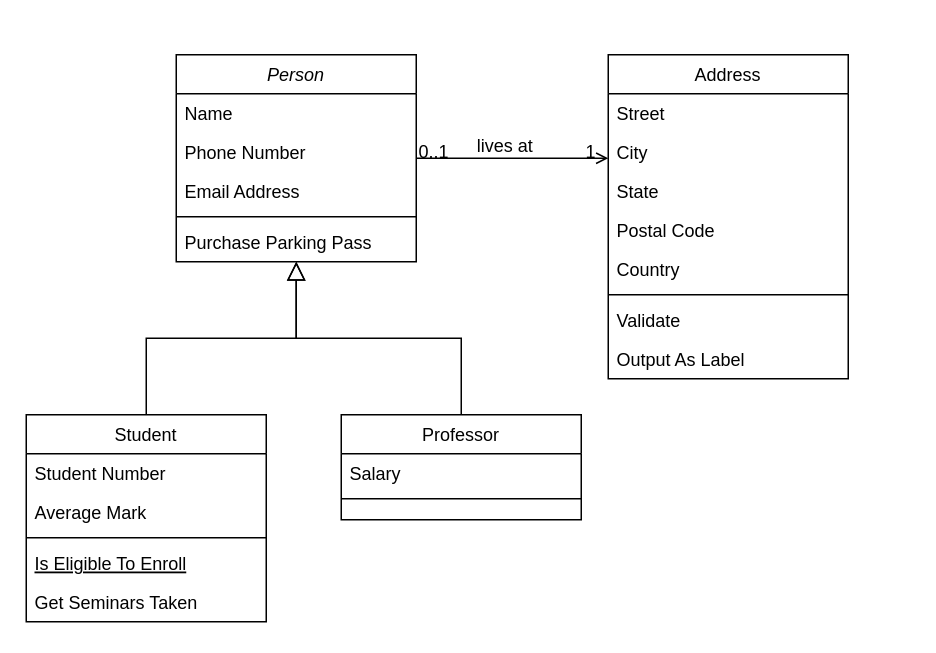
This is DiagrammeMonopoly.drawio from ECN-SEC-SMP/tp6-note-Kortam_Seye_Small_Soulard, a draw.io file, before an edit. Source tidied: cells renumbered, new cells numbered last; positions are measured from the earlier drawing's top-left corner, leaving out a move shared by most shapes. Both pictures are drawn from the tidied source at 150%, with x=0, y=0 at pixel (26, 54).
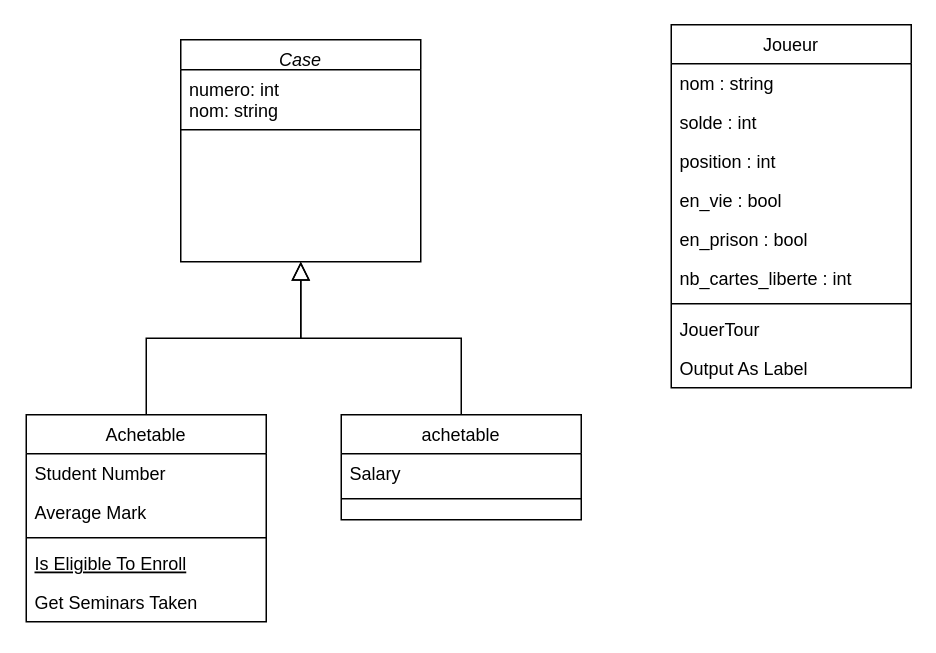
The same page after the edit.

Commit message (it also covers changes not shown here):
Mettre à jour DiagrammeMonopoly.drawio

What changed in the source:
```diff
@@
-    <mxCell id="2" value="Person" style="swimlane;fontStyle=2;align=center;verticalAlign=top;horizontal=1;startSize=26;rounded=0;shadow=0;strokeWidth=1;" parent="1" vertex="1">
-      <mxGeometry x="100" width="160" height="138" as="geometry" />
+    <mxCell id="2" value="Case" style="swimlane;fontStyle=2;align=center;verticalAlign=top;horizontal=1;startSize=20;rounded=0;shadow=0;strokeWidth=1;" parent="1" vertex="1">
+      <mxGeometry x="103" y="-10" width="160" height="148" as="geometry" />
     </mxCell>
-    <mxCell id="3" value="Name" style="text;align=left;verticalAlign=top;spacingLeft=4;spacingRight=4;overflow=hidden;" parent="2" vertex="1">
-      <mxGeometry y="26" width="160" height="26" as="geometry" />
+    <mxCell id="3" value="numero: int&#10;nom: string" style="text;align=left;verticalAlign=top;spacingLeft=4;spacingRight=4;overflow=hidden;" parent="2" vertex="1">
+      <mxGeometry y="20" width="160" height="30" as="geometry" />
     </mxCell>
-    <mxCell id="4" value="Phone Number" style="text;align=left;verticalAlign=top;spacingLeft=4;spacingRight=4;overflow=hidden;rounded=0;shadow=0;html=0;" parent="2" vertex="1">
-      <mxGeometry y="52" width="160" height="26" as="geometry" />
-    </mxCell>
-    <mxCell id="5" value="Email Address" style="text;align=left;verticalAlign=top;spacingLeft=4;spacingRight=4;overflow=hidden;rounded=0;shadow=0;html=0;" parent="2" vertex="1">
-      <mxGeometry y="78" width="160" height="26" as="geometry" />
-    </mxCell>
     <mxCell id="6" style="line;html=1;strokeWidth=1;align=left;verticalAlign=middle;spacingTop=-1;spacingLeft=3;spacingRight=3;labelPosition=right;" parent="2" vertex="1">
-      <mxGeometry y="104" width="160" height="8" as="geometry" />
+      <mxGeometry y="50" width="160" height="20" as="geometry" />
     </mxCell>
-    <mxCell id="7" value="Purchase Parking Pass" style="text;align=left;verticalAlign=top;spacingLeft=4;spacingRight=4;overflow=hidden;" parent="2" vertex="1">
-      <mxGeometry y="112" width="160" height="26" as="geometry" />
-    </mxCell>
-    <mxCell id="8" value="Student" style="swimlane;fontStyle=0;align=center;verticalAlign=top;horizontal=1;startSize=26;rounded=0;shadow=0;strokeWidth=1;" parent="1" vertex="1">
+    <mxCell id="8" value="Achetable" style="swimlane;fontStyle=0;align=center;verticalAlign=top;horizontal=1;startSize=26;rounded=0;shadow=0;strokeWidth=1;" parent="1" vertex="1">
       <mxGeometry y="240" width="160" height="138" as="geometry" />
     </mxCell>
@@
-    <mxCell id="15" value="Professor" style="swimlane;fontStyle=0;align=center;verticalAlign=top;horizontal=1;startSize=26;rounded=0;shadow=0;strokeWidth=1;" parent="1" vertex="1">
+    <mxCell id="15" value="achetable" style="swimlane;fontStyle=0;align=center;verticalAlign=top;horizontal=1;startSize=26;rounded=0;shadow=0;strokeWidth=1;" parent="1" vertex="1">
       <mxGeometry x="210" y="240" width="160" height="70" as="geometry" />
     </mxCell>
@@
-    <mxCell id="19" value="Address" style="swimlane;fontStyle=0;align=center;verticalAlign=top;horizontal=1;startSize=26;rounded=0;shadow=0;strokeWidth=1;" parent="1" vertex="1">
-      <mxGeometry x="388" width="160" height="216" as="geometry" />
+    <mxCell id="19" value="Joueur&#10;" style="swimlane;fontStyle=0;align=center;verticalAlign=top;horizontal=1;startSize=26;rounded=0;shadow=0;strokeWidth=1;" parent="1" vertex="1">
+      <mxGeometry x="430" y="-20" width="160" height="242" as="geometry" />
     </mxCell>
-    <mxCell id="20" value="Street" style="text;align=left;verticalAlign=top;spacingLeft=4;spacingRight=4;overflow=hidden;" parent="19" vertex="1">
-      <mxGeometry y="26" width="160" height="26" as="geometry" />
-    </mxCell>
-    <mxCell id="21" value="City" style="text;align=left;verticalAlign=top;spacingLeft=4;spacingRight=4;overflow=hidden;rounded=0;shadow=0;html=0;" parent="19" vertex="1">
-      <mxGeometry y="52" width="160" height="26" as="geometry" />
+    <mxCell id="21" value="nom : string&#10;" style="text;align=left;verticalAlign=top;spacingLeft=4;spacingRight=4;overflow=hidden;rounded=0;shadow=0;html=0;" parent="19" vertex="1">
+      <mxGeometry y="26" width="160" height="26" as="geometry" />
     </mxCell>
-    <mxCell id="22" value="State" style="text;align=left;verticalAlign=top;spacingLeft=4;spacingRight=4;overflow=hidden;rounded=0;shadow=0;html=0;" parent="19" vertex="1">
-      <mxGeometry y="78" width="160" height="26" as="geometry" />
+    <mxCell id="22" value="solde : int" style="text;align=left;verticalAlign=top;spacingLeft=4;spacingRight=4;overflow=hidden;rounded=0;shadow=0;html=0;" parent="19" vertex="1">
+      <mxGeometry y="52" width="160" height="26" as="geometry" />
     </mxCell>
-    <mxCell id="23" value="Postal Code" style="text;align=left;verticalAlign=top;spacingLeft=4;spacingRight=4;overflow=hidden;rounded=0;shadow=0;html=0;" parent="19" vertex="1">
-      <mxGeometry y="104" width="160" height="26" as="geometry" />
+    <mxCell id="23" value="position : int" style="text;align=left;verticalAlign=top;spacingLeft=4;spacingRight=4;overflow=hidden;rounded=0;shadow=0;html=0;" parent="19" vertex="1">
+      <mxGeometry y="78" width="160" height="26" as="geometry" />
     </mxCell>
+    <mxCell id="20" value="en_vie : bool&#10;" style="text;align=left;verticalAlign=top;spacingLeft=4;spacingRight=4;overflow=hidden;" parent="19" vertex="1">
+      <mxGeometry y="104" width="160" height="26" as="geometry" />
+    </mxCell>
+    <mxCell id="32" value="en_prison : bool&#10;" style="text;align=left;verticalAlign=top;spacingLeft=4;spacingRight=4;overflow=hidden;" parent="19" vertex="1">
+      <mxGeometry y="130" width="160" height="26" as="geometry" />
+    </mxCell>
-    <mxCell id="24" value="Country" style="text;align=left;verticalAlign=top;spacingLeft=4;spacingRight=4;overflow=hidden;rounded=0;shadow=0;html=0;" parent="19" vertex="1">
-      <mxGeometry y="130" width="160" height="26" as="geometry" />
+    <mxCell id="24" value="nb_cartes_liberte : int" style="text;align=left;verticalAlign=top;spacingLeft=4;spacingRight=4;overflow=hidden;rounded=0;shadow=0;html=0;" parent="19" vertex="1">
+      <mxGeometry y="156" width="160" height="26" as="geometry" />
     </mxCell>
     <mxCell id="25" style="line;html=1;strokeWidth=1;align=left;verticalAlign=middle;spacingTop=-1;spacingLeft=3;spacingRight=3;labelPosition=right;" parent="19" vertex="1">
-      <mxGeometry y="156" width="160" height="8" as="geometry" />
+      <mxGeometry y="182" width="160" height="8" as="geometry" />
     </mxCell>
-    <mxCell id="26" value="Validate" style="text;align=left;verticalAlign=top;spacingLeft=4;spacingRight=4;overflow=hidden;" parent="19" vertex="1">
-      <mxGeometry y="164" width="160" height="26" as="geometry" />
+    <mxCell id="26" value="JouerTour" style="text;align=left;verticalAlign=top;spacingLeft=4;spacingRight=4;overflow=hidden;" parent="19" vertex="1">
+      <mxGeometry y="190" width="160" height="26" as="geometry" />
     </mxCell>
     <mxCell id="27" value="Output As Label" style="text;align=left;verticalAlign=top;spacingLeft=4;spacingRight=4;overflow=hidden;" parent="19" vertex="1">
-      <mxGeometry y="190" width="160" height="26" as="geometry" />
+      <mxGeometry y="216" width="160" height="26" as="geometry" />
     </mxCell>
-    <mxCell id="28" style="endArrow=open;shadow=0;strokeWidth=1;rounded=0;curved=0;endFill=1;edgeStyle=elbowEdgeStyle;elbow=vertical;" parent="1" edge="1" source="2" target="19">
-      <mxGeometry x="0.5" y="41" relative="1" as="geometry">
-        <mxPoint x="-40" y="32" as="offset" />
-      </mxGeometry>
-    </mxCell>
-    <mxCell id="29" value="0..1" style="align=left;verticalAlign=bottom;labelBackgroundColor=none;fontSize=12;" parent="28" vertex="1">
-      <mxGeometry x="-1" relative="1" as="geometry">
-        <mxPoint y="4" as="offset" />
-      </mxGeometry>
-    </mxCell>
-    <mxCell id="30" value="1" style="align=right;verticalAlign=bottom;labelBackgroundColor=none;fontSize=12;" parent="28" vertex="1">
-      <mxGeometry x="1" relative="1" as="geometry">
-        <mxPoint x="-7" y="4" as="offset" />
-      </mxGeometry>
-    </mxCell>
-    <mxCell id="31" value="lives at" style="text;html=1;align=center;verticalAlign=middle;labelBackgroundColor=none;rounded=0;shadow=0;strokeWidth=1;fontSize=12;" parent="28" vertex="1">
-      <mxGeometry x="0.5" y="49" relative="1" as="geometry">
-        <mxPoint x="-38" y="40" as="offset" />
-      </mxGeometry>
-    </mxCell>
```
